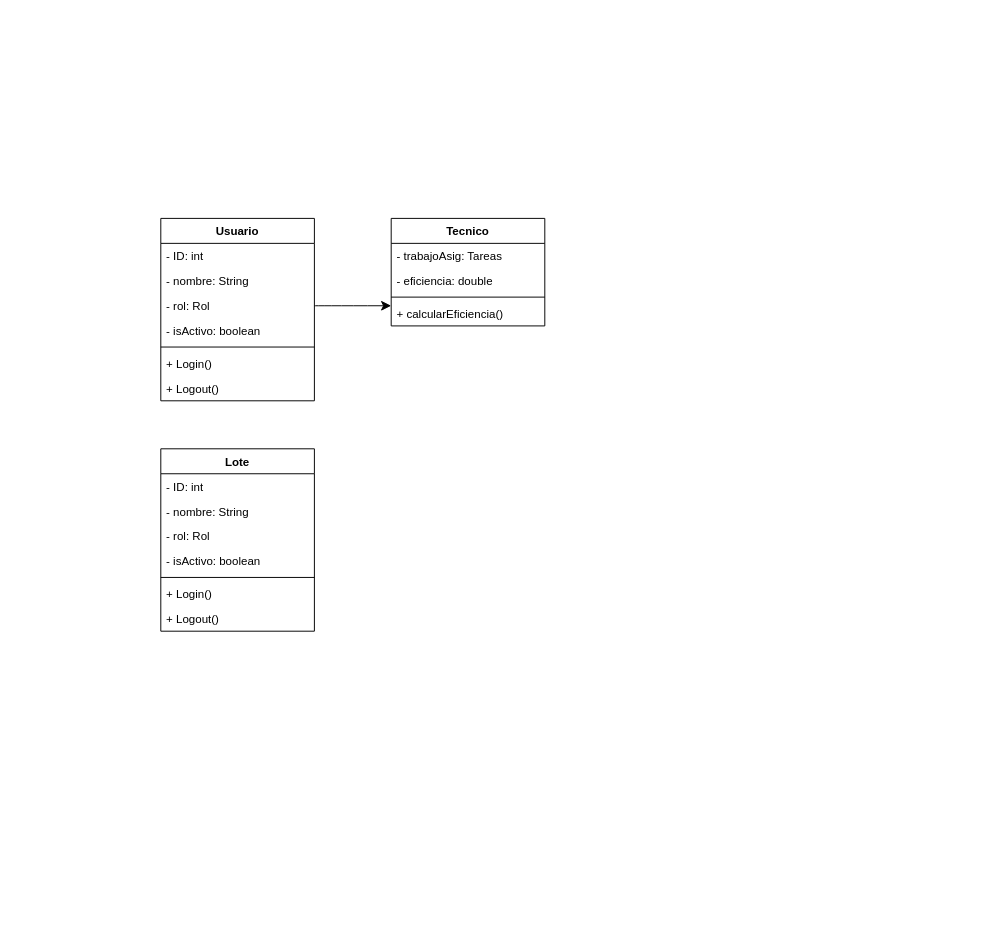
The draw.io diagram Diagrama de clases.drawio in SantiArandaRod/dev_CiberLight, before the edit. Source tidied: cells renumbered, new cells numbered last; positions are measured from the earlier drawing's top-left corner, leaving out a move shared by most shapes. Both pictures are drawn from the tidied source at 96%, with x=0, y=0 at pixel (160, 218).
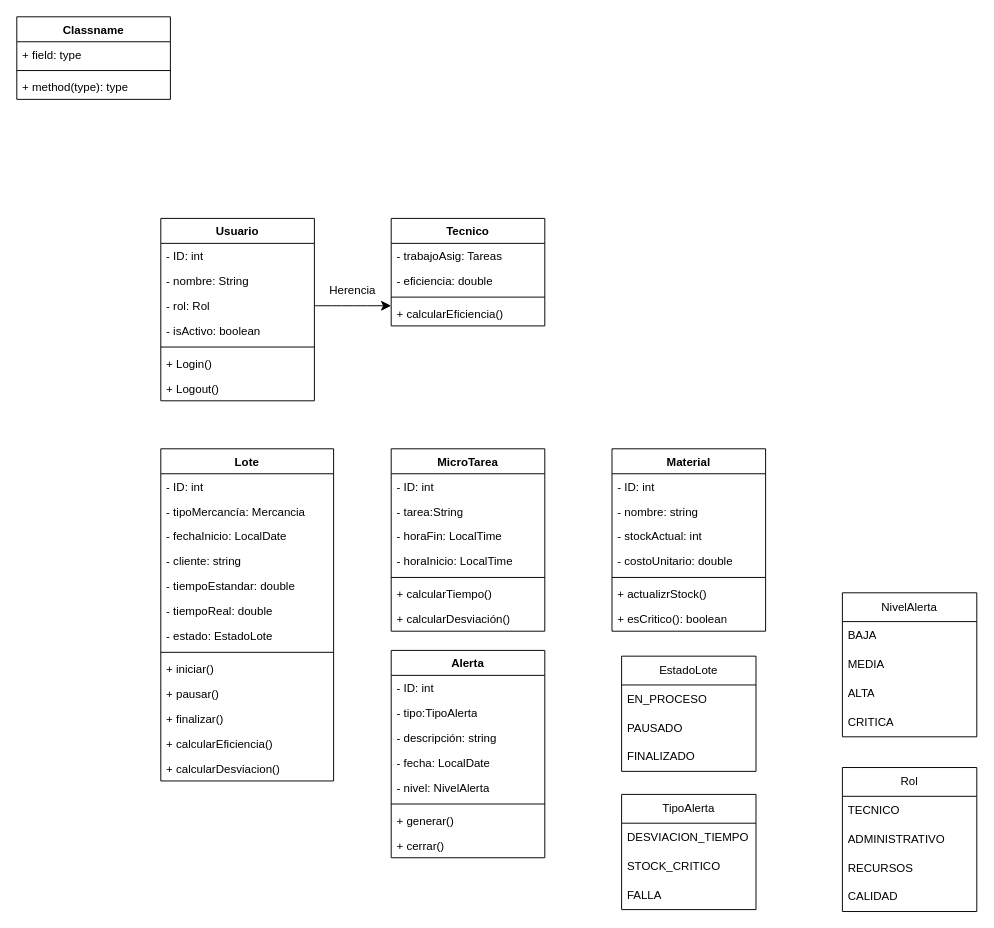
Above is the later version.

The edit, as a diff of the source:
```diff
@@
     <mxCell id="16" value="Lote" style="swimlane;fontStyle=1;align=center;verticalAlign=top;horizontal=1;startSize=26;whiteSpace=wrap;html=1;" parent="1" vertex="1">
-      <mxGeometry y="240" width="160" height="190" as="geometry" />
+      <mxGeometry y="240" width="180" height="346" as="geometry" />
     </mxCell>
     <mxCell id="17" value="- ID: int" style="text;strokeColor=none;fillColor=none;align=left;verticalAlign=top;spacingLeft=4;spacingRight=4;overflow=hidden;whiteSpace=wrap;html=1;" parent="16" vertex="1">
-      <mxGeometry y="26" width="160" height="26" as="geometry" />
+      <mxGeometry y="26" width="180" height="26" as="geometry" />
     </mxCell>
-    <mxCell id="18" value="- nombre: String" style="text;strokeColor=none;fillColor=none;align=left;verticalAlign=top;spacingLeft=4;spacingRight=4;overflow=hidden;whiteSpace=wrap;html=1;" parent="16" vertex="1">
-      <mxGeometry y="52" width="160" height="26" as="geometry" />
+    <mxCell id="18" value="- tipoMercancía: Mercancia" style="text;strokeColor=none;fillColor=none;align=left;verticalAlign=top;spacingLeft=4;spacingRight=4;overflow=hidden;whiteSpace=wrap;html=1;" parent="16" vertex="1">
+      <mxGeometry y="52" width="180" height="26" as="geometry" />
     </mxCell>
-    <mxCell id="19" value="- rol: Rol" style="text;strokeColor=none;fillColor=none;align=left;verticalAlign=top;spacingLeft=4;spacingRight=4;overflow=hidden;whiteSpace=wrap;html=1;" parent="16" vertex="1">
-      <mxGeometry y="78" width="160" height="26" as="geometry" />
+    <mxCell id="19" value="- fechaInicio: LocalDate" style="text;strokeColor=none;fillColor=none;align=left;verticalAlign=top;spacingLeft=4;spacingRight=4;overflow=hidden;whiteSpace=wrap;html=1;" parent="16" vertex="1">
+      <mxGeometry y="78" width="180" height="26" as="geometry" />
     </mxCell>
+    <mxCell id="24" value="- cliente: string" style="text;strokeColor=none;fillColor=none;align=left;verticalAlign=top;spacingLeft=4;spacingRight=4;overflow=hidden;whiteSpace=wrap;html=1;" parent="16" vertex="1">
+      <mxGeometry y="104" width="180" height="26" as="geometry" />
+    </mxCell>
-    <mxCell id="20" value="- isActivo: boolean" style="text;strokeColor=none;fillColor=none;align=left;verticalAlign=top;spacingLeft=4;spacingRight=4;overflow=hidden;whiteSpace=wrap;html=1;" parent="16" vertex="1">
-      <mxGeometry y="104" width="160" height="26" as="geometry" />
+    <mxCell id="20" value="- tiempoEstandar: double&lt;span style=&quot;white-space: pre;&quot;&gt;&#9;&lt;/span&gt;" style="text;strokeColor=none;fillColor=none;align=left;verticalAlign=top;spacingLeft=4;spacingRight=4;overflow=hidden;whiteSpace=wrap;html=1;" parent="16" vertex="1">
+      <mxGeometry y="130" width="180" height="26" as="geometry" />
     </mxCell>
+    <mxCell id="25" value="- tiempoReal: double" style="text;strokeColor=none;fillColor=none;align=left;verticalAlign=top;spacingLeft=4;spacingRight=4;overflow=hidden;whiteSpace=wrap;html=1;" parent="16" vertex="1">
+      <mxGeometry y="156" width="180" height="26" as="geometry" />
+    </mxCell>
+    <mxCell id="26" value="- estado: EstadoLote" style="text;strokeColor=none;fillColor=none;align=left;verticalAlign=top;spacingLeft=4;spacingRight=4;overflow=hidden;whiteSpace=wrap;html=1;" parent="16" vertex="1">
+      <mxGeometry y="182" width="180" height="26" as="geometry" />
+    </mxCell>
     <mxCell id="21" style="line;strokeWidth=1;fillColor=none;align=left;verticalAlign=middle;spacingTop=-1;spacingLeft=3;spacingRight=3;labelPosition=right;strokeColor=inherit;" parent="16" vertex="1">
-      <mxGeometry y="130" width="160" height="8" as="geometry" />
+      <mxGeometry y="208" width="180" height="8" as="geometry" />
     </mxCell>
-    <mxCell id="22" value="+ Login()" style="text;strokeColor=none;fillColor=none;align=left;verticalAlign=top;spacingLeft=4;spacingRight=4;overflow=hidden;whiteSpace=wrap;html=1;" parent="16" vertex="1">
-      <mxGeometry y="138" width="160" height="26" as="geometry" />
+    <mxCell id="22" value="+ iniciar()" style="text;strokeColor=none;fillColor=none;align=left;verticalAlign=top;spacingLeft=4;spacingRight=4;overflow=hidden;whiteSpace=wrap;html=1;" parent="16" vertex="1">
+      <mxGeometry y="216" width="180" height="26" as="geometry" />
     </mxCell>
+    <mxCell id="27" value="+ pausar()" style="text;strokeColor=none;fillColor=none;align=left;verticalAlign=top;spacingLeft=4;spacingRight=4;overflow=hidden;whiteSpace=wrap;html=1;" parent="16" vertex="1">
+      <mxGeometry y="242" width="180" height="26" as="geometry" />
+    </mxCell>
-    <mxCell id="23" value="+ Logout()" style="text;strokeColor=none;fillColor=none;align=left;verticalAlign=top;spacingLeft=4;spacingRight=4;overflow=hidden;whiteSpace=wrap;html=1;" parent="16" vertex="1">
-      <mxGeometry y="164" width="160" height="26" as="geometry" />
+    <mxCell id="23" value="+ finalizar()" style="text;strokeColor=none;fillColor=none;align=left;verticalAlign=top;spacingLeft=4;spacingRight=4;overflow=hidden;whiteSpace=wrap;html=1;" parent="16" vertex="1">
+      <mxGeometry y="268" width="180" height="26" as="geometry" />
     </mxCell>
+    <mxCell id="28" value="+ calcularEficiencia()" style="text;strokeColor=none;fillColor=none;align=left;verticalAlign=top;spacingLeft=4;spacingRight=4;overflow=hidden;whiteSpace=wrap;html=1;" parent="16" vertex="1">
+      <mxGeometry y="294" width="180" height="26" as="geometry" />
+    </mxCell>
+    <mxCell id="29" value="+ calcularDesviacion()" style="text;strokeColor=none;fillColor=none;align=left;verticalAlign=top;spacingLeft=4;spacingRight=4;overflow=hidden;whiteSpace=wrap;html=1;" parent="16" vertex="1">
+      <mxGeometry y="320" width="180" height="26" as="geometry" />
+    </mxCell>
+    <mxCell id="30" value="MicroTarea" style="swimlane;fontStyle=1;align=center;verticalAlign=top;horizontal=1;startSize=26;whiteSpace=wrap;html=1;" parent="1" vertex="1">
+      <mxGeometry x="240" y="240" width="160" height="190" as="geometry" />
+    </mxCell>
+    <mxCell id="31" value="- ID: int" style="text;strokeColor=none;fillColor=none;align=left;verticalAlign=top;spacingLeft=4;spacingRight=4;overflow=hidden;whiteSpace=wrap;html=1;" parent="30" vertex="1">
+      <mxGeometry y="26" width="160" height="26" as="geometry" />
+    </mxCell>
+    <mxCell id="32" value="- tarea:String" style="text;strokeColor=none;fillColor=none;align=left;verticalAlign=top;spacingLeft=4;spacingRight=4;overflow=hidden;whiteSpace=wrap;html=1;" parent="30" vertex="1">
+      <mxGeometry y="52" width="160" height="26" as="geometry" />
+    </mxCell>
+    <mxCell id="33" value="- horaFin: LocalTime" style="text;strokeColor=none;fillColor=none;align=left;verticalAlign=top;spacingLeft=4;spacingRight=4;overflow=hidden;whiteSpace=wrap;html=1;" parent="30" vertex="1">
+      <mxGeometry y="78" width="160" height="26" as="geometry" />
+    </mxCell>
+    <mxCell id="34" value="- horaInicio: LocalTime" style="text;strokeColor=none;fillColor=none;align=left;verticalAlign=top;spacingLeft=4;spacingRight=4;overflow=hidden;whiteSpace=wrap;html=1;" parent="30" vertex="1">
+      <mxGeometry y="104" width="160" height="26" as="geometry" />
+    </mxCell>
+    <mxCell id="35" style="line;strokeWidth=1;fillColor=none;align=left;verticalAlign=middle;spacingTop=-1;spacingLeft=3;spacingRight=3;labelPosition=right;strokeColor=inherit;" parent="30" vertex="1">
+      <mxGeometry y="130" width="160" height="8" as="geometry" />
+    </mxCell>
+    <mxCell id="36" value="+ calcularTiempo()" style="text;strokeColor=none;fillColor=none;align=left;verticalAlign=top;spacingLeft=4;spacingRight=4;overflow=hidden;whiteSpace=wrap;html=1;" parent="30" vertex="1">
+      <mxGeometry y="138" width="160" height="26" as="geometry" />
+    </mxCell>
+    <mxCell id="37" value="+ calcularDesviación()" style="text;strokeColor=none;fillColor=none;align=left;verticalAlign=top;spacingLeft=4;spacingRight=4;overflow=hidden;whiteSpace=wrap;html=1;" parent="30" vertex="1">
+      <mxGeometry y="164" width="160" height="26" as="geometry" />
+    </mxCell>
+    <mxCell id="38" value="Herencia" style="text;html=1;whiteSpace=wrap;strokeColor=none;fillColor=none;align=center;verticalAlign=middle;rounded=0;" parent="1" vertex="1">
+      <mxGeometry x="170" y="60" width="60" height="30" as="geometry" />
+    </mxCell>
+    <mxCell id="39" value="Classname" style="swimlane;fontStyle=1;align=center;verticalAlign=top;horizontal=1;startSize=26;whiteSpace=wrap;html=1;" parent="1" vertex="1">
+      <mxGeometry x="-150" y="-210" width="160" height="86" as="geometry" />
+    </mxCell>
+    <mxCell id="40" value="+ field: type" style="text;strokeColor=none;fillColor=none;align=left;verticalAlign=top;spacingLeft=4;spacingRight=4;overflow=hidden;whiteSpace=wrap;html=1;" parent="39" vertex="1">
+      <mxGeometry y="26" width="160" height="26" as="geometry" />
+    </mxCell>
+    <mxCell id="41" style="line;strokeWidth=1;fillColor=none;align=left;verticalAlign=middle;spacingTop=-1;spacingLeft=3;spacingRight=3;labelPosition=right;strokeColor=inherit;" parent="39" vertex="1">
+      <mxGeometry y="52" width="160" height="8" as="geometry" />
+    </mxCell>
+    <mxCell id="42" value="+ method(type): type" style="text;strokeColor=none;fillColor=none;align=left;verticalAlign=top;spacingLeft=4;spacingRight=4;overflow=hidden;whiteSpace=wrap;html=1;" parent="39" vertex="1">
+      <mxGeometry y="60" width="160" height="26" as="geometry" />
+    </mxCell>
+    <mxCell id="43" value="Material" style="swimlane;fontStyle=1;align=center;verticalAlign=top;horizontal=1;startSize=26;whiteSpace=wrap;html=1;" parent="1" vertex="1">
+      <mxGeometry x="470" y="240" width="160" height="190" as="geometry" />
+    </mxCell>
+    <mxCell id="44" value="- ID: int" style="text;strokeColor=none;fillColor=none;align=left;verticalAlign=top;spacingLeft=4;spacingRight=4;overflow=hidden;whiteSpace=wrap;html=1;" parent="43" vertex="1">
+      <mxGeometry y="26" width="160" height="26" as="geometry" />
+    </mxCell>
+    <mxCell id="45" value="- nombre: string" style="text;strokeColor=none;fillColor=none;align=left;verticalAlign=top;spacingLeft=4;spacingRight=4;overflow=hidden;whiteSpace=wrap;html=1;" parent="43" vertex="1">
+      <mxGeometry y="52" width="160" height="26" as="geometry" />
+    </mxCell>
+    <mxCell id="46" value="- stockActual: int" style="text;strokeColor=none;fillColor=none;align=left;verticalAlign=top;spacingLeft=4;spacingRight=4;overflow=hidden;whiteSpace=wrap;html=1;" parent="43" vertex="1">
+      <mxGeometry y="78" width="160" height="26" as="geometry" />
+    </mxCell>
+    <mxCell id="47" value="- costoUnitario: double" style="text;strokeColor=none;fillColor=none;align=left;verticalAlign=top;spacingLeft=4;spacingRight=4;overflow=hidden;whiteSpace=wrap;html=1;" parent="43" vertex="1">
+      <mxGeometry y="104" width="160" height="26" as="geometry" />
+    </mxCell>
+    <mxCell id="48" style="line;strokeWidth=1;fillColor=none;align=left;verticalAlign=middle;spacingTop=-1;spacingLeft=3;spacingRight=3;labelPosition=right;strokeColor=inherit;" parent="43" vertex="1">
+      <mxGeometry y="130" width="160" height="8" as="geometry" />
+    </mxCell>
+    <mxCell id="49" value="+ actualizrStock()" style="text;strokeColor=none;fillColor=none;align=left;verticalAlign=top;spacingLeft=4;spacingRight=4;overflow=hidden;whiteSpace=wrap;html=1;" parent="43" vertex="1">
+      <mxGeometry y="138" width="160" height="26" as="geometry" />
+    </mxCell>
+    <mxCell id="50" value="+ esCritico(): boolean" style="text;strokeColor=none;fillColor=none;align=left;verticalAlign=top;spacingLeft=4;spacingRight=4;overflow=hidden;whiteSpace=wrap;html=1;" parent="43" vertex="1">
+      <mxGeometry y="164" width="160" height="26" as="geometry" />
+    </mxCell>
+    <mxCell id="51" value="Alerta" style="swimlane;fontStyle=1;align=center;verticalAlign=top;horizontal=1;startSize=26;whiteSpace=wrap;html=1;" parent="1" vertex="1">
+      <mxGeometry x="240" y="450" width="160" height="216" as="geometry" />
+    </mxCell>
+    <mxCell id="52" value="- ID: int" style="text;strokeColor=none;fillColor=none;align=left;verticalAlign=top;spacingLeft=4;spacingRight=4;overflow=hidden;whiteSpace=wrap;html=1;" parent="51" vertex="1">
+      <mxGeometry y="26" width="160" height="26" as="geometry" />
+    </mxCell>
+    <mxCell id="53" value="- tipo:TipoAlerta" style="text;strokeColor=none;fillColor=none;align=left;verticalAlign=top;spacingLeft=4;spacingRight=4;overflow=hidden;whiteSpace=wrap;html=1;" parent="51" vertex="1">
+      <mxGeometry y="52" width="160" height="26" as="geometry" />
+    </mxCell>
+    <mxCell id="54" value="- descripción: string" style="text;strokeColor=none;fillColor=none;align=left;verticalAlign=top;spacingLeft=4;spacingRight=4;overflow=hidden;whiteSpace=wrap;html=1;" parent="51" vertex="1">
+      <mxGeometry y="78" width="160" height="26" as="geometry" />
+    </mxCell>
+    <mxCell id="55" value="- fecha: LocalDate" style="text;strokeColor=none;fillColor=none;align=left;verticalAlign=top;spacingLeft=4;spacingRight=4;overflow=hidden;whiteSpace=wrap;html=1;" parent="51" vertex="1">
+      <mxGeometry y="104" width="160" height="26" as="geometry" />
+    </mxCell>
+    <mxCell id="56" value="- nivel: NivelAlerta" style="text;strokeColor=none;fillColor=none;align=left;verticalAlign=top;spacingLeft=4;spacingRight=4;overflow=hidden;whiteSpace=wrap;html=1;" parent="51" vertex="1">
+      <mxGeometry y="130" width="160" height="26" as="geometry" />
+    </mxCell>
+    <mxCell id="57" style="line;strokeWidth=1;fillColor=none;align=left;verticalAlign=middle;spacingTop=-1;spacingLeft=3;spacingRight=3;labelPosition=right;strokeColor=inherit;" parent="51" vertex="1">
+      <mxGeometry y="156" width="160" height="8" as="geometry" />
+    </mxCell>
+    <mxCell id="58" value="+ generar()" style="text;strokeColor=none;fillColor=none;align=left;verticalAlign=top;spacingLeft=4;spacingRight=4;overflow=hidden;whiteSpace=wrap;html=1;" parent="51" vertex="1">
+      <mxGeometry y="164" width="160" height="26" as="geometry" />
+    </mxCell>
+    <mxCell id="59" value="+ cerrar()" style="text;strokeColor=none;fillColor=none;align=left;verticalAlign=top;spacingLeft=4;spacingRight=4;overflow=hidden;whiteSpace=wrap;html=1;" parent="51" vertex="1">
+      <mxGeometry y="190" width="160" height="26" as="geometry" />
+    </mxCell>
+    <mxCell id="60" value="EstadoLote" style="swimlane;fontStyle=0;horizontal=1;startSize=30;whiteSpace=wrap;html=1;" parent="1" vertex="1">
+      <mxGeometry x="480" y="456" width="140" height="120" as="geometry" />
+    </mxCell>
+    <mxCell id="61" value="EN_PROCESO" style="text;strokeColor=none;fillColor=none;align=left;verticalAlign=middle;spacingLeft=4;spacingRight=4;overflow=hidden;whiteSpace=wrap;html=1;" parent="60" vertex="1">
+      <mxGeometry y="30" width="140" height="30" as="geometry" />
+    </mxCell>
+    <mxCell id="62" value="PAUSADO" style="text;strokeColor=none;fillColor=none;align=left;verticalAlign=middle;spacingLeft=4;spacingRight=4;overflow=hidden;whiteSpace=wrap;html=1;" parent="60" vertex="1">
+      <mxGeometry y="60" width="140" height="30" as="geometry" />
+    </mxCell>
+    <mxCell id="63" value="FINALIZADO" style="text;strokeColor=none;fillColor=none;align=left;verticalAlign=middle;spacingLeft=4;spacingRight=4;overflow=hidden;whiteSpace=wrap;html=1;" parent="60" vertex="1">
+      <mxGeometry y="90" width="140" height="30" as="geometry" />
+    </mxCell>
+    <mxCell id="64" value="TipoAlerta" style="swimlane;fontStyle=0;horizontal=1;startSize=30;whiteSpace=wrap;html=1;" parent="1" vertex="1">
+      <mxGeometry x="480" y="600" width="140" height="120" as="geometry" />
+    </mxCell>
+    <mxCell id="65" value="DESVIACION_TIEMPO" style="text;strokeColor=none;fillColor=none;align=left;verticalAlign=middle;spacingLeft=4;spacingRight=4;overflow=hidden;whiteSpace=wrap;html=1;" parent="64" vertex="1">
+      <mxGeometry y="30" width="140" height="30" as="geometry" />
+    </mxCell>
+    <mxCell id="66" value="STOCK_CRITICO" style="text;strokeColor=none;fillColor=none;align=left;verticalAlign=middle;spacingLeft=4;spacingRight=4;overflow=hidden;whiteSpace=wrap;html=1;" parent="64" vertex="1">
+      <mxGeometry y="60" width="140" height="30" as="geometry" />
+    </mxCell>
+    <mxCell id="67" value="FALLA" style="text;strokeColor=none;fillColor=none;align=left;verticalAlign=middle;spacingLeft=4;spacingRight=4;overflow=hidden;whiteSpace=wrap;html=1;" parent="64" vertex="1">
+      <mxGeometry y="90" width="140" height="30" as="geometry" />
+    </mxCell>
+    <mxCell id="68" value="NivelAlerta" style="swimlane;fontStyle=0;horizontal=1;startSize=30;whiteSpace=wrap;html=1;" parent="1" vertex="1">
+      <mxGeometry x="710" y="390" width="140" height="150" as="geometry" />
+    </mxCell>
+    <mxCell id="69" value="BAJA" style="text;strokeColor=none;fillColor=none;align=left;verticalAlign=middle;spacingLeft=4;spacingRight=4;overflow=hidden;whiteSpace=wrap;html=1;" parent="68" vertex="1">
+      <mxGeometry y="30" width="140" height="30" as="geometry" />
+    </mxCell>
+    <mxCell id="70" value="MEDIA" style="text;strokeColor=none;fillColor=none;align=left;verticalAlign=middle;spacingLeft=4;spacingRight=4;overflow=hidden;whiteSpace=wrap;html=1;" parent="68" vertex="1">
+      <mxGeometry y="60" width="140" height="30" as="geometry" />
+    </mxCell>
+    <mxCell id="71" value="ALTA" style="text;strokeColor=none;fillColor=none;align=left;verticalAlign=middle;spacingLeft=4;spacingRight=4;overflow=hidden;whiteSpace=wrap;html=1;" parent="68" vertex="1">
+      <mxGeometry y="90" width="140" height="30" as="geometry" />
+    </mxCell>
+    <mxCell id="72" value="CRITICA" style="text;strokeColor=none;fillColor=none;align=left;verticalAlign=middle;spacingLeft=4;spacingRight=4;overflow=hidden;whiteSpace=wrap;html=1;" parent="68" vertex="1">
+      <mxGeometry y="120" width="140" height="30" as="geometry" />
+    </mxCell>
+    <mxCell id="73" value="Rol" style="swimlane;fontStyle=0;horizontal=1;startSize=30;whiteSpace=wrap;html=1;" parent="1" vertex="1">
+      <mxGeometry x="710" y="572" width="140" height="150" as="geometry" />
+    </mxCell>
+    <mxCell id="74" value="TECNICO" style="text;strokeColor=none;fillColor=none;align=left;verticalAlign=middle;spacingLeft=4;spacingRight=4;overflow=hidden;whiteSpace=wrap;html=1;" parent="73" vertex="1">
+      <mxGeometry y="30" width="140" height="30" as="geometry" />
+    </mxCell>
+    <mxCell id="75" value="ADMINISTRATIVO" style="text;strokeColor=none;fillColor=none;align=left;verticalAlign=middle;spacingLeft=4;spacingRight=4;overflow=hidden;whiteSpace=wrap;html=1;" parent="73" vertex="1">
+      <mxGeometry y="60" width="140" height="30" as="geometry" />
+    </mxCell>
+    <mxCell id="76" value="RECURSOS" style="text;strokeColor=none;fillColor=none;align=left;verticalAlign=middle;spacingLeft=4;spacingRight=4;overflow=hidden;whiteSpace=wrap;html=1;" parent="73" vertex="1">
+      <mxGeometry y="90" width="140" height="30" as="geometry" />
+    </mxCell>
+    <mxCell id="77" value="CALIDAD" style="text;strokeColor=none;fillColor=none;align=left;verticalAlign=middle;spacingLeft=4;spacingRight=4;overflow=hidden;whiteSpace=wrap;html=1;" parent="73" vertex="1">
+      <mxGeometry y="120" width="140" height="30" as="geometry" />
+    </mxCell>
```
